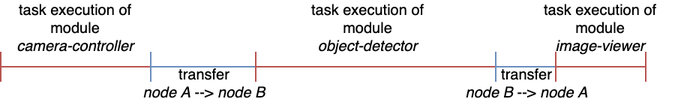
Above: documents/figures/orchestrator-statistics-timeline.png in slienau/bachelor-thesis (draw.io), before the change. Source tidied: cells renumbered, new cells last; positions are measured from the earlier drawing's top-left corner, leaving out a move shared by most shapes. Source of this version:
```xml
<mxGraphModel>
  <root>
    <mxCell id="0" />
    <mxCell id="1" parent="0" />
    <mxCell id="2" style="shape=crossbar;whiteSpace=wrap;html=1;rounded=1;fillColor=#f8cecc;strokeColor=#b85450;" parent="1" vertex="1">
      <mxGeometry y="27" width="100" height="20" as="geometry" />
    </mxCell>
    <mxCell id="3" value="task execution of module&lt;br style=&quot;font-size: 10px;&quot;&gt;&lt;i style=&quot;font-size: 10px;&quot;&gt;camera-controller&lt;/i&gt;" style="text;html=1;strokeColor=none;fillColor=none;align=center;verticalAlign=middle;whiteSpace=wrap;rounded=0;fontSize=10;" parent="1" vertex="1">
      <mxGeometry width="100" height="20" as="geometry" />
    </mxCell>
    <mxCell id="4" style="shape=crossbar;whiteSpace=wrap;html=1;rounded=1;fillColor=#dae8fc;strokeColor=#6c8ebf;" parent="1" vertex="1">
      <mxGeometry x="100" y="27" width="70" height="20" as="geometry" />
    </mxCell>
    <mxCell id="5" value="task execution of module&lt;br style=&quot;font-size: 10px;&quot;&gt;&lt;i style=&quot;font-size: 10px;&quot;&gt;object-detector&lt;/i&gt;" style="text;html=1;strokeColor=none;fillColor=none;align=center;verticalAlign=middle;whiteSpace=wrap;rounded=0;fontSize=10;" parent="1" vertex="1">
      <mxGeometry x="195" width="100" height="20" as="geometry" />
    </mxCell>
    <mxCell id="6" style="shape=crossbar;whiteSpace=wrap;html=1;rounded=1;fillColor=#f8cecc;strokeColor=#b85450;" parent="1" vertex="1">
      <mxGeometry x="170" y="27" width="160" height="20" as="geometry" />
    </mxCell>
    <mxCell id="7" style="shape=crossbar;whiteSpace=wrap;html=1;rounded=1;fillColor=#dae8fc;strokeColor=#6c8ebf;" parent="1" vertex="1">
      <mxGeometry x="330" y="27" width="40" height="20" as="geometry" />
    </mxCell>
    <mxCell id="8" value="task execution of module&lt;br style=&quot;font-size: 10px;&quot;&gt;&lt;i style=&quot;font-size: 10px;&quot;&gt;image-viewer&lt;/i&gt;" style="text;html=1;strokeColor=none;fillColor=none;align=center;verticalAlign=middle;whiteSpace=wrap;rounded=0;fontSize=10;" parent="1" vertex="1">
      <mxGeometry x="350" width="100" height="20" as="geometry" />
    </mxCell>
    <mxCell id="9" style="shape=crossbar;whiteSpace=wrap;html=1;rounded=1;fillColor=#f8cecc;strokeColor=#b85450;" parent="1" vertex="1">
      <mxGeometry x="370" y="27" width="60" height="20" as="geometry" />
    </mxCell>
    <mxCell id="10" value="transfer&lt;br&gt;&lt;i&gt;node A&lt;/i&gt; --&amp;gt; &lt;i&gt;node B&lt;/i&gt;" style="text;html=1;align=center;verticalAlign=middle;whiteSpace=wrap;rounded=0;fontSize=10;" parent="1" vertex="1">
      <mxGeometry x="85" y="37" width="100" height="20" as="geometry" />
    </mxCell>
    <mxCell id="11" value="transfer&lt;br&gt;&lt;i&gt;node B&lt;/i&gt;&amp;nbsp;--&amp;gt; &lt;i&gt;node A&lt;/i&gt;" style="text;html=1;align=center;verticalAlign=middle;whiteSpace=wrap;rounded=0;fontSize=10;" parent="1" vertex="1">
      <mxGeometry x="300" y="37" width="100" height="20" as="geometry" />
    </mxCell>
  </root>
</mxGraphModel>
```
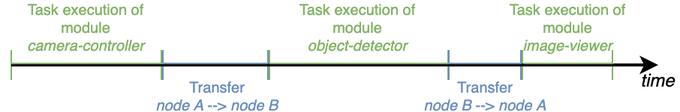
Above is the later version.

Change to the diagram source:
```diff
@@ -2,35 +2,74 @@
   <root>
     <mxCell id="0" />
     <mxCell id="1" parent="0" />
-    <mxCell id="2" style="shape=crossbar;whiteSpace=wrap;html=1;rounded=1;fillColor=#f8cecc;strokeColor=#b85450;" parent="1" vertex="1">
-      <mxGeometry y="27" width="100" height="20" as="geometry" />
+    <mxCell id="2" style="shape=crossbar;whiteSpace=wrap;html=1;rounded=1;fillColor=#d5e8d4;strokeColor=#82b366;" parent="1" vertex="1">
+      <mxGeometry x="-1" y="27" width="100" height="20" as="geometry" />
     </mxCell>
-    <mxCell id="3" value="task execution of module&lt;br style=&quot;font-size: 10px;&quot;&gt;&lt;i style=&quot;font-size: 10px;&quot;&gt;camera-controller&lt;/i&gt;" style="text;html=1;strokeColor=none;fillColor=none;align=center;verticalAlign=middle;whiteSpace=wrap;rounded=0;fontSize=10;" parent="1" vertex="1">
-      <mxGeometry width="100" height="20" as="geometry" />
+    <mxCell id="3" value="Task execution of module&lt;br style=&quot;font-size: 10px&quot;&gt;&lt;i style=&quot;font-size: 10px&quot;&gt;camera-controller&lt;/i&gt;" style="text;html=1;strokeColor=none;fillColor=none;align=center;verticalAlign=middle;whiteSpace=wrap;rounded=0;fontSize=10;fontColor=#82B366;" parent="1" vertex="1">
+      <mxGeometry x="-1" y="-6" width="100" height="33" as="geometry" />
     </mxCell>
     <mxCell id="4" style="shape=crossbar;whiteSpace=wrap;html=1;rounded=1;fillColor=#dae8fc;strokeColor=#6c8ebf;" parent="1" vertex="1">
       <mxGeometry x="100" y="27" width="70" height="20" as="geometry" />
     </mxCell>
-    <mxCell id="5" value="task execution of module&lt;br style=&quot;font-size: 10px;&quot;&gt;&lt;i style=&quot;font-size: 10px;&quot;&gt;object-detector&lt;/i&gt;" style="text;html=1;strokeColor=none;fillColor=none;align=center;verticalAlign=middle;whiteSpace=wrap;rounded=0;fontSize=10;" parent="1" vertex="1">
-      <mxGeometry x="195" width="100" height="20" as="geometry" />
+    <mxCell id="5" value="Task execution of module&lt;br style=&quot;font-size: 10px&quot;&gt;&lt;i style=&quot;font-size: 10px&quot;&gt;object-detector&lt;/i&gt;" style="text;html=1;strokeColor=none;fillColor=none;align=center;verticalAlign=middle;whiteSpace=wrap;rounded=0;fontSize=10;fontColor=#82B366;" parent="1" vertex="1">
+      <mxGeometry x="180" y="-6" width="100" height="33" as="geometry" />
     </mxCell>
-    <mxCell id="6" style="shape=crossbar;whiteSpace=wrap;html=1;rounded=1;fillColor=#f8cecc;strokeColor=#b85450;" parent="1" vertex="1">
-      <mxGeometry x="170" y="27" width="160" height="20" as="geometry" />
+    <mxCell id="6" style="shape=crossbar;whiteSpace=wrap;html=1;rounded=1;fillColor=#d5e8d4;strokeColor=#82b366;" parent="1" vertex="1">
+      <mxGeometry x="171" y="27" width="119" height="20" as="geometry" />
     </mxCell>
     <mxCell id="7" style="shape=crossbar;whiteSpace=wrap;html=1;rounded=1;fillColor=#dae8fc;strokeColor=#6c8ebf;" parent="1" vertex="1">
-      <mxGeometry x="330" y="27" width="40" height="20" as="geometry" />
+      <mxGeometry x="290.5" y="27" width="48" height="20" as="geometry" />
     </mxCell>
-    <mxCell id="8" value="task execution of module&lt;br style=&quot;font-size: 10px;&quot;&gt;&lt;i style=&quot;font-size: 10px;&quot;&gt;image-viewer&lt;/i&gt;" style="text;html=1;strokeColor=none;fillColor=none;align=center;verticalAlign=middle;whiteSpace=wrap;rounded=0;fontSize=10;" parent="1" vertex="1">
-      <mxGeometry x="350" width="100" height="20" as="geometry" />
+    <mxCell id="8" value="Task execution of module&lt;br style=&quot;font-size: 10px&quot;&gt;&lt;i style=&quot;font-size: 10px&quot;&gt;image-viewer&lt;/i&gt;" style="text;html=1;strokeColor=none;fillColor=none;align=center;verticalAlign=middle;whiteSpace=wrap;rounded=0;fontSize=10;fontColor=#82B366;" parent="1" vertex="1">
+      <mxGeometry x="325.5" y="-6" width="88" height="33" as="geometry" />
     </mxCell>
-    <mxCell id="9" style="shape=crossbar;whiteSpace=wrap;html=1;rounded=1;fillColor=#f8cecc;strokeColor=#b85450;" parent="1" vertex="1">
-      <mxGeometry x="370" y="27" width="60" height="20" as="geometry" />
+    <mxCell id="9" style="shape=crossbar;whiteSpace=wrap;html=1;rounded=1;fillColor=#d5e8d4;strokeColor=#82b366;" parent="1" vertex="1">
+      <mxGeometry x="339.5" y="27" width="60" height="20" as="geometry" />
     </mxCell>
-    <mxCell id="10" value="transfer&lt;br&gt;&lt;i&gt;node A&lt;/i&gt; --&amp;gt; &lt;i&gt;node B&lt;/i&gt;" style="text;html=1;align=center;verticalAlign=middle;whiteSpace=wrap;rounded=0;fontSize=10;" parent="1" vertex="1">
-      <mxGeometry x="85" y="37" width="100" height="20" as="geometry" />
+    <mxCell id="10" value="Transfer&lt;br&gt;&lt;i&gt;node A&lt;/i&gt; --&amp;gt; &lt;i&gt;node B&lt;/i&gt;" style="text;html=1;align=center;verticalAlign=middle;whiteSpace=wrap;rounded=0;fontSize=10;fontColor=#6C8EBF;" parent="1" vertex="1">
+      <mxGeometry x="92.5" y="47" width="85" height="20" as="geometry" />
     </mxCell>
-    <mxCell id="11" value="transfer&lt;br&gt;&lt;i&gt;node B&lt;/i&gt;&amp;nbsp;--&amp;gt; &lt;i&gt;node A&lt;/i&gt;" style="text;html=1;align=center;verticalAlign=middle;whiteSpace=wrap;rounded=0;fontSize=10;" parent="1" vertex="1">
-      <mxGeometry x="300" y="37" width="100" height="20" as="geometry" />
+    <mxCell id="11" value="Transfer&lt;br&gt;&lt;i&gt;node B&lt;/i&gt;&amp;nbsp;--&amp;gt; &lt;i&gt;node A&lt;/i&gt;" style="text;html=1;align=center;verticalAlign=middle;whiteSpace=wrap;rounded=0;fontSize=10;fontColor=#6C8EBF;" parent="1" vertex="1">
+      <mxGeometry x="272.5" y="47" width="84" height="20" as="geometry" />
     </mxCell>
+    <mxCell id="12" style="endArrow=classic;html=1;fontColor=#82B366;strokeWidth=2;endFill=1;" parent="1" edge="1">
+      <mxGeometry relative="1" as="geometry">
+        <mxPoint x="-1" y="37" as="sourcePoint" />
+        <mxPoint x="430" y="37" as="targetPoint" />
+      </mxGeometry>
+    </mxCell>
+    <mxCell id="13" value="time" style="text;html=1;align=center;verticalAlign=middle;whiteSpace=wrap;rounded=0;fontStyle=2;" parent="1" vertex="1">
+      <mxGeometry x="413.5" y="37" width="30" height="20" as="geometry" />
+    </mxCell>
+    <mxCell id="14" style="endArrow=none;html=1;strokeWidth=1;fontColor=#82B366;fillColor=#d5e8d4;strokeColor=#82b366;" parent="1" edge="1">
+      <mxGeometry relative="1" as="geometry">
+        <mxPoint x="-1" y="36" as="sourcePoint" />
+        <mxPoint x="100" y="36" as="targetPoint" />
+      </mxGeometry>
+    </mxCell>
+    <mxCell id="15" style="endArrow=none;html=1;strokeWidth=1;fontColor=#82B366;fillColor=#d5e8d4;strokeColor=#82b366;" parent="1" edge="1">
+      <mxGeometry relative="1" as="geometry">
+        <mxPoint x="171" y="36" as="sourcePoint" />
+        <mxPoint x="290" y="36" as="targetPoint" />
+      </mxGeometry>
+    </mxCell>
+    <mxCell id="16" style="endArrow=none;html=1;strokeWidth=1;fontColor=#82B366;fillColor=#d5e8d4;strokeColor=#82b366;" parent="1" edge="1">
+      <mxGeometry relative="1" as="geometry">
+        <mxPoint x="340.5" y="36" as="sourcePoint" />
+        <mxPoint x="400" y="36" as="targetPoint" />
+      </mxGeometry>
+    </mxCell>
+    <mxCell id="17" style="endArrow=none;html=1;strokeWidth=1;fontColor=#82B366;fillColor=#dae8fc;strokeColor=#6c8ebf;" parent="1" edge="1">
+      <mxGeometry relative="1" as="geometry">
+        <mxPoint x="100" y="36" as="sourcePoint" />
+        <mxPoint x="170" y="36" as="targetPoint" />
+      </mxGeometry>
+    </mxCell>
+    <mxCell id="18" style="endArrow=none;html=1;strokeWidth=1;fontColor=#82B366;fillColor=#dae8fc;strokeColor=#6c8ebf;" parent="1" edge="1">
+      <mxGeometry relative="1" as="geometry">
+        <mxPoint x="290" y="36" as="sourcePoint" />
+        <mxPoint x="339" y="36" as="targetPoint" />
+      </mxGeometry>
+    </mxCell>
   </root>
 </mxGraphModel>
```
